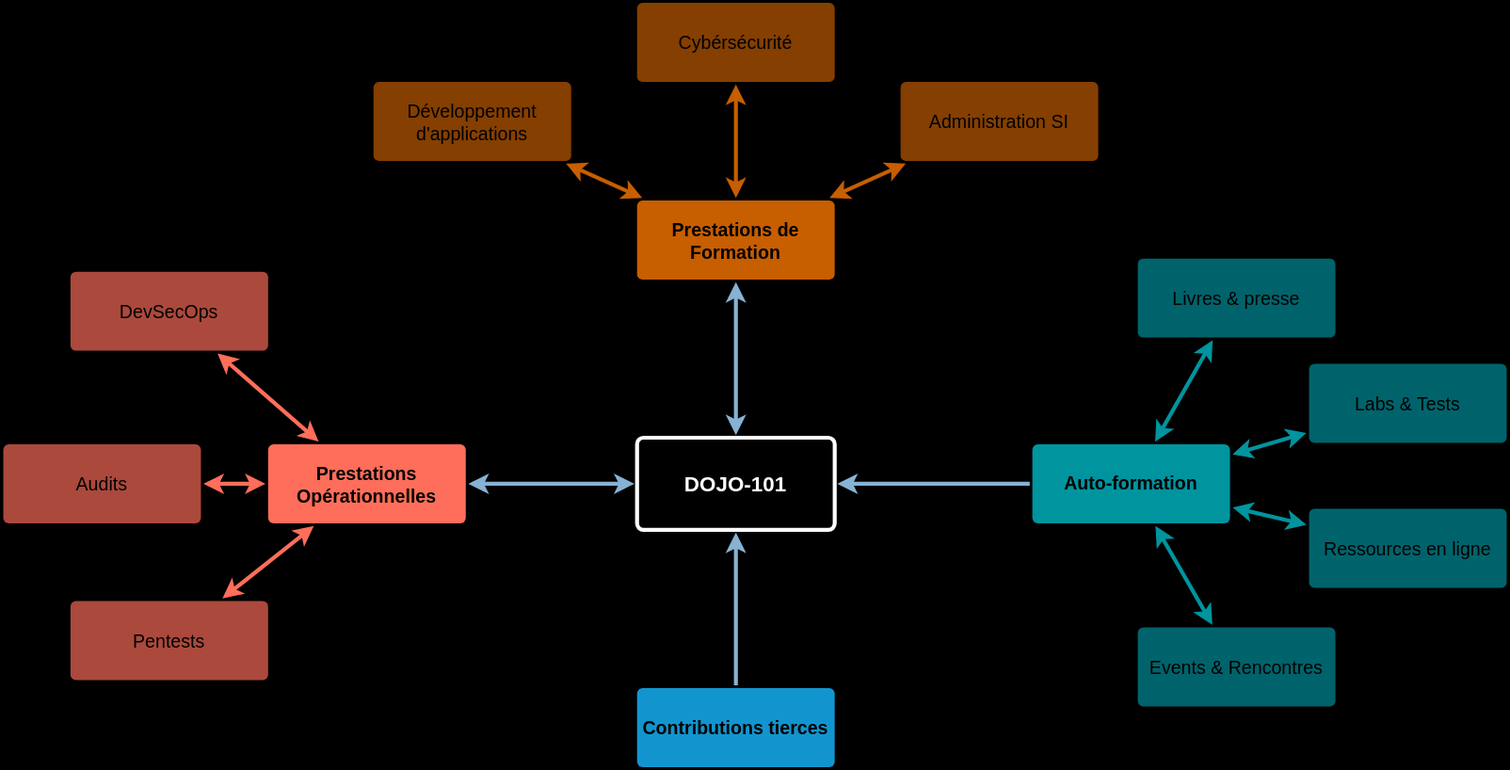
The draw.io diagram Capitalisation.drawio.svg in Aif4thah/Dojo-101, before a commit. Source tidied: cells renumbered, new cells last; positions are measured from the earlier drawing's top-left corner, leaving out a move shared by most shapes.
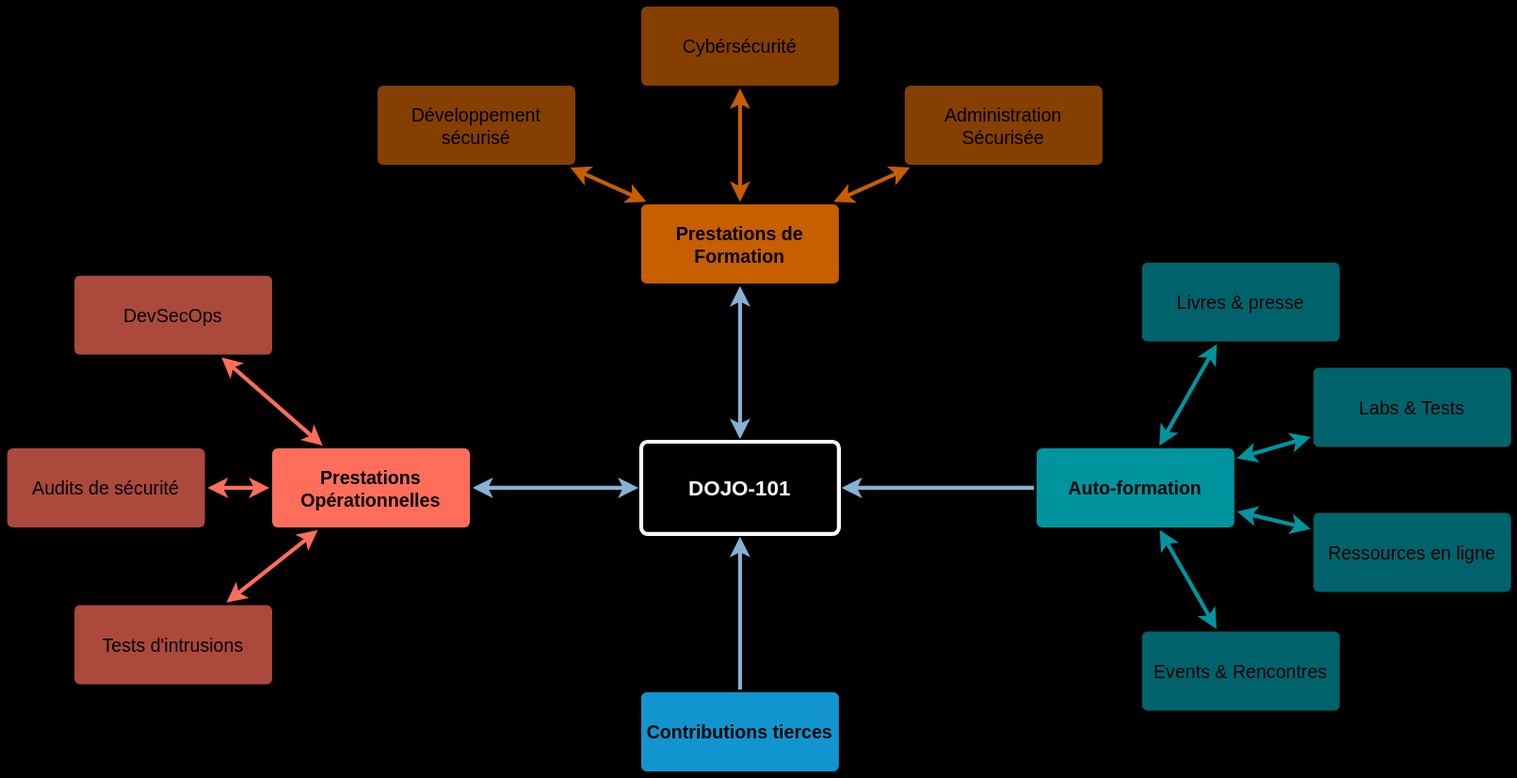
The same file after the commit.

What changed in the source:
```diff
@@ -29,10 +29,10 @@
     <mxCell id="10" value="Prestations Opérationnelles" style="rounded=1;whiteSpace=wrap;html=1;shadow=0;labelBackgroundColor=none;strokeColor=none;strokeWidth=3;fillColor=#e85642;fontFamily=Helvetica;fontSize=14;fontColor=#FFFFFF;align=center;spacing=5;fontStyle=1;arcSize=7;perimeterSpacing=2;" parent="1" vertex="1">
       <mxGeometry x="201" y="335.5" width="150" height="60" as="geometry" />
     </mxCell>
-    <mxCell id="11" value="Pentests" style="rounded=1;whiteSpace=wrap;html=1;shadow=0;labelBackgroundColor=none;strokeColor=none;strokeWidth=3;fillColor=#f08e81;fontFamily=Helvetica;fontSize=14;fontColor=#FFFFFF;align=center;spacing=5;fontStyle=0;arcSize=7;perimeterSpacing=2;" parent="1" vertex="1">
+    <mxCell id="11" value="Tests d'intrusions" style="rounded=1;whiteSpace=wrap;html=1;shadow=0;labelBackgroundColor=none;strokeColor=none;strokeWidth=3;fillColor=#f08e81;fontFamily=Helvetica;fontSize=14;fontColor=#FFFFFF;align=center;spacing=5;fontStyle=0;arcSize=7;perimeterSpacing=2;" parent="1" vertex="1">
       <mxGeometry x="51" y="454.5" width="150" height="60" as="geometry" />
     </mxCell>
-    <mxCell id="12" value="Audits" style="rounded=1;whiteSpace=wrap;html=1;shadow=0;labelBackgroundColor=none;strokeColor=none;strokeWidth=3;fillColor=#f08e81;fontFamily=Helvetica;fontSize=14;fontColor=#FFFFFF;align=center;spacing=5;fontStyle=0;arcSize=7;perimeterSpacing=2;" parent="1" vertex="1">
+    <mxCell id="12" value="Audits de sécurité" style="rounded=1;whiteSpace=wrap;html=1;shadow=0;labelBackgroundColor=none;strokeColor=none;strokeWidth=3;fillColor=#f08e81;fontFamily=Helvetica;fontSize=14;fontColor=#FFFFFF;align=center;spacing=5;fontStyle=0;arcSize=7;perimeterSpacing=2;" parent="1" vertex="1">
       <mxGeometry y="335.5" width="150" height="60" as="geometry" />
     </mxCell>
     <mxCell id="13" value="DevSecOps" style="rounded=1;whiteSpace=wrap;html=1;shadow=0;labelBackgroundColor=none;strokeColor=none;strokeWidth=3;fillColor=#f08e81;fontFamily=Helvetica;fontSize=14;fontColor=#FFFFFF;align=center;spacing=5;fontStyle=0;arcSize=7;perimeterSpacing=2;" parent="1" vertex="1">
@@ -44,7 +44,7 @@
     <mxCell id="15" value="Prestations de Formation" style="rounded=1;whiteSpace=wrap;html=1;shadow=0;labelBackgroundColor=none;strokeColor=none;strokeWidth=3;fillColor=#F08705;fontFamily=Helvetica;fontSize=14;fontColor=#FFFFFF;align=center;spacing=5;fontStyle=1;arcSize=7;perimeterSpacing=2;" parent="1" vertex="1">
       <mxGeometry x="481" y="150.5" width="150" height="60" as="geometry" />
     </mxCell>
-    <mxCell id="16" value="Administration SI" style="rounded=1;whiteSpace=wrap;html=1;shadow=0;labelBackgroundColor=none;strokeColor=none;strokeWidth=3;fillColor=#f5af58;fontFamily=Helvetica;fontSize=14;fontColor=#FFFFFF;align=center;spacing=5;arcSize=7;perimeterSpacing=2;" parent="1" vertex="1">
+    <mxCell id="16" value="Administration Sécurisée" style="rounded=1;whiteSpace=wrap;html=1;shadow=0;labelBackgroundColor=none;strokeColor=none;strokeWidth=3;fillColor=#f5af58;fontFamily=Helvetica;fontSize=14;fontColor=#FFFFFF;align=center;spacing=5;arcSize=7;perimeterSpacing=2;" parent="1" vertex="1">
       <mxGeometry x="681" y="60.5" width="150" height="60" as="geometry" />
     </mxCell>
     <mxCell id="17" style="edgeStyle=none;rounded=0;jumpStyle=none;html=1;shadow=0;labelBackgroundColor=none;startArrow=classic;startFill=1;endArrow=classic;endFill=1;jettySize=auto;strokeColor=#F08705;strokeWidth=3;fontFamily=Helvetica;fontSize=14;fontColor=#FFFFFF;spacing=5;" parent="1" edge="1" source="15" target="16">
@@ -56,7 +56,7 @@
     <mxCell id="19" style="edgeStyle=none;rounded=0;jumpStyle=none;html=1;shadow=0;labelBackgroundColor=none;startArrow=classic;startFill=1;endArrow=classic;endFill=1;jettySize=auto;strokeColor=#F08705;strokeWidth=3;fontFamily=Helvetica;fontSize=14;fontColor=#FFFFFF;spacing=5;" parent="1" edge="1" source="15" target="18">
       <mxGeometry relative="1" as="geometry" />
     </mxCell>
-    <mxCell id="20" value="Développement d'applications" style="rounded=1;whiteSpace=wrap;html=1;shadow=0;labelBackgroundColor=none;strokeColor=none;strokeWidth=3;fillColor=#f5af58;fontFamily=Helvetica;fontSize=14;fontColor=#FFFFFF;align=center;spacing=5;arcSize=7;perimeterSpacing=2;" parent="1" vertex="1">
+    <mxCell id="20" value="Développement sécurisé" style="rounded=1;whiteSpace=wrap;html=1;shadow=0;labelBackgroundColor=none;strokeColor=none;strokeWidth=3;fillColor=#f5af58;fontFamily=Helvetica;fontSize=14;fontColor=#FFFFFF;align=center;spacing=5;arcSize=7;perimeterSpacing=2;" parent="1" vertex="1">
       <mxGeometry x="281" y="60.5" width="150" height="60" as="geometry" />
     </mxCell>
     <mxCell id="21" style="edgeStyle=none;rounded=0;jumpStyle=none;html=1;shadow=0;labelBackgroundColor=none;startArrow=classic;startFill=1;endArrow=classic;endFill=1;jettySize=auto;strokeColor=#F08705;strokeWidth=3;fontFamily=Helvetica;fontSize=14;fontColor=#FFFFFF;spacing=5;" parent="1" edge="1" source="15" target="20">
```
